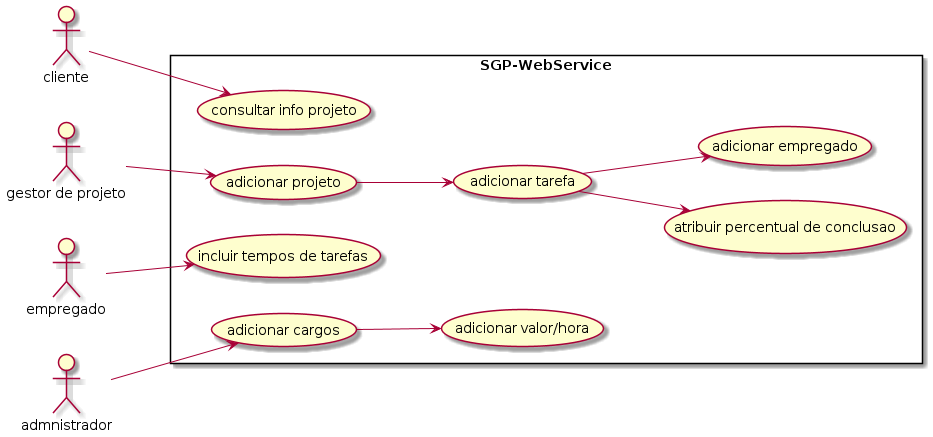
This is Diagrama Casos de Uso/usecase.png from PedroAlmeidacode/SGP-WebService, a PlantUML export, as it was before one commit.
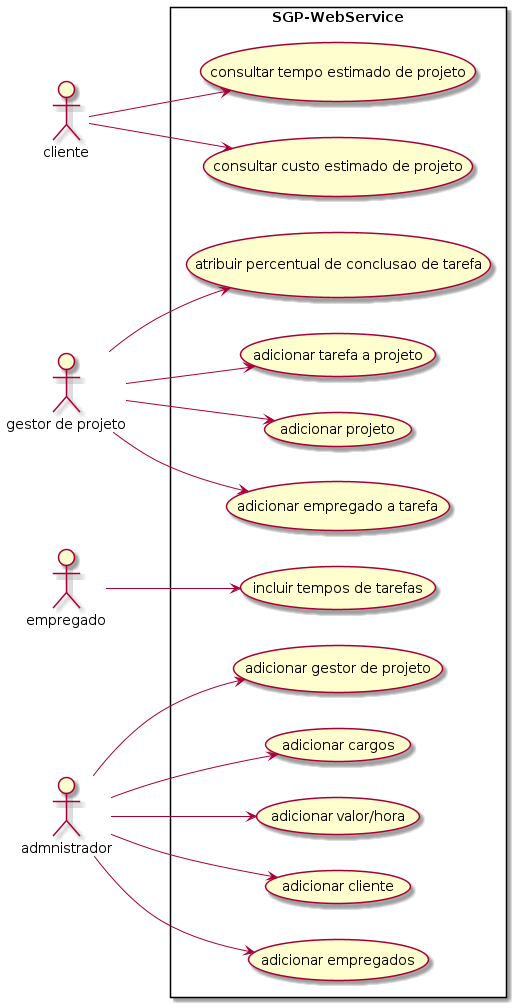
The same diagram one commit later.

Commit message:
update usecase Diagram

Diff of the diagram source:
```diff
@@ -5,22 +5,30 @@
 actor "empregado" as e
 actor "admnistrador" as a
 rectangle SGP-WebService{
-usecase "consultar info projeto" as UC1
+usecase "consultar tempo estimado de projeto" as UC1
+usecase "consultar custo estimado de projeto" as UC10
 usecase "incluir tempos de tarefas" as UC2
-usecase "atribuir percentual de conclusao" as UC4
-usecase "adicionar tarefa" as UC5
+usecase "atribuir percentual de conclusao de tarefa" as UC4
+usecase "adicionar tarefa a projeto" as UC5
 usecase "adicionar projeto" as UC6
 usecase "adicionar cargos" as UC7
 usecase "adicionar valor/hora" as UC8
-usecase "adicionar empregado" as UC9
+usecase "adicionar empregado a tarefa" as UC9
+usecase "adicionar empregados" as E1
+usecase "adicionar gestor de projeto" as E2
+usecase "adicionar cliente" as E3
 }
 
 c --> UC1
+c --> UC10
 e --> UC2
 gp --> UC6
-UC6 --> UC5
+gp --> UC5
 a--> UC7
-UC5 --> UC4
-UC7 --> UC8
-UC5 --> UC9
+gp  --> UC4
+a --> UC8
+gp --> UC9
+a --> E1
+a --> E2
+a --> E3
 @enduml
```
